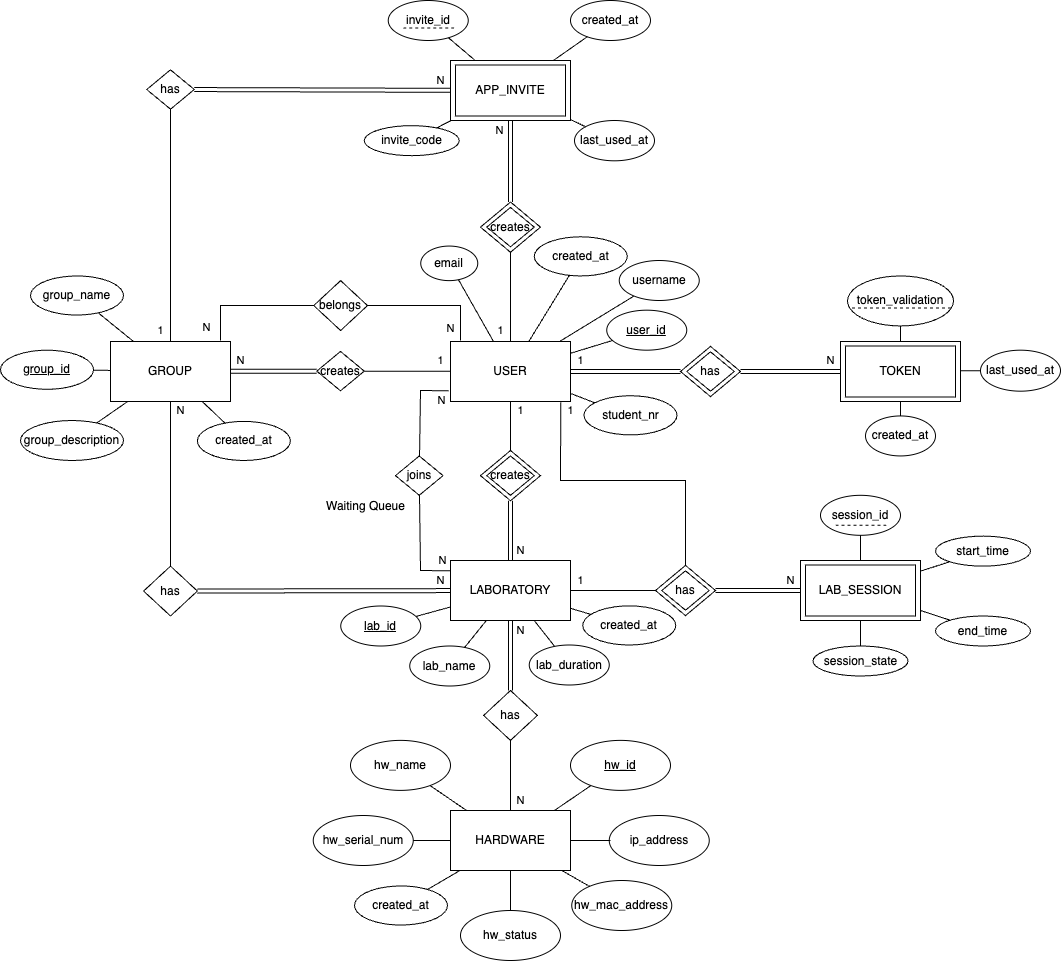
Earlier version of the draw.io export img/ERDiagramRL.drawio.png (isel-remote-lab/documentation). Source tidied: cells renumbered, new cells last; positions are measured from the earlier drawing's top-left corner, leaving out a move shared by most shapes.
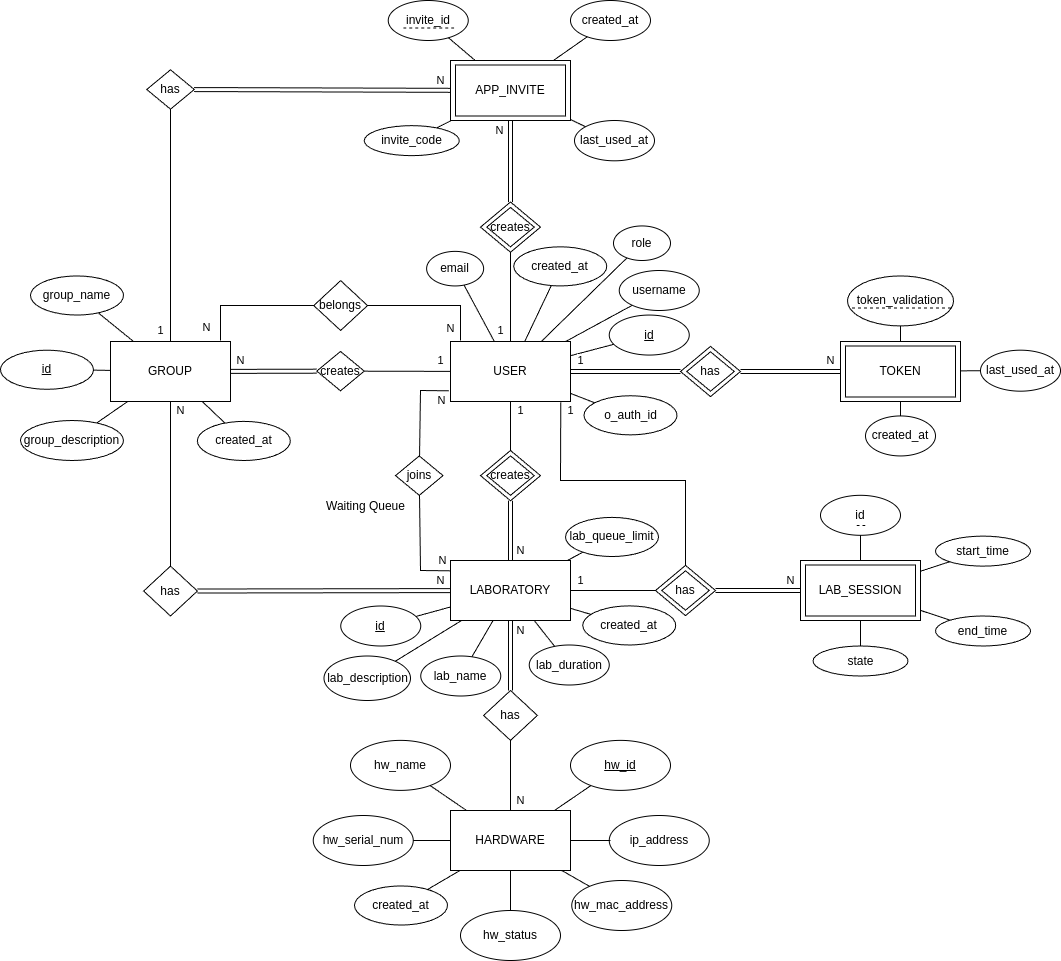
After the commit.

Diff of the diagram source:
```diff
@@ -5,8 +5,8 @@
     <mxCell id="2" value="USER" style="rounded=0;whiteSpace=wrap;html=1;" parent="1" vertex="1">
       <mxGeometry x="450" y="341" width="120" height="60" as="geometry" />
     </mxCell>
-    <mxCell id="3" value="&lt;u&gt;user_id&lt;/u&gt;" style="ellipse;whiteSpace=wrap;html=1;" parent="1" vertex="1">
-      <mxGeometry x="606.2" y="309.7" width="80" height="40" as="geometry" />
+    <mxCell id="3" value="&lt;u&gt;id&lt;/u&gt;" style="ellipse;whiteSpace=wrap;html=1;" parent="1" vertex="1">
+      <mxGeometry x="608.8" y="314.6" width="80" height="40" as="geometry" />
     </mxCell>
     <mxCell id="4" style="endArrow=none;html=1;rounded=0;" parent="1" edge="1" source="2" target="3">
       <mxGeometry relative="1" as="geometry" />
@@ -62,7 +62,7 @@
     <mxCell id="20" value="LABORATORY" style="rounded=0;whiteSpace=wrap;html=1;" parent="1" vertex="1">
       <mxGeometry x="450" y="560" width="120" height="60" as="geometry" />
     </mxCell>
-    <mxCell id="21" value="&lt;span&gt;lab_id&lt;/span&gt;" style="ellipse;whiteSpace=wrap;html=1;fontStyle=4;" parent="1" vertex="1">
+    <mxCell id="21" value="&lt;span&gt;id&lt;/span&gt;" style="ellipse;whiteSpace=wrap;html=1;fontStyle=4;" parent="1" vertex="1">
       <mxGeometry x="340.2" y="605.5" width="80" height="40" as="geometry" />
     </mxCell>
     <mxCell id="22" style="endArrow=none;html=1;rounded=0;" parent="1" edge="1" source="20" target="21">
@@ -75,7 +75,7 @@
       <mxGeometry x="0.67" y="10" relative="1" as="geometry" />
     </mxCell>
     <mxCell id="25" value="&lt;span&gt;lab_name&lt;/span&gt;" style="ellipse;whiteSpace=wrap;html=1;fontStyle=0;" parent="1" vertex="1">
-      <mxGeometry x="409.2" y="645.5" width="80" height="40" as="geometry" />
+      <mxGeometry x="420.2" y="655.5" width="80" height="40" as="geometry" />
     </mxCell>
     <mxCell id="26" style="endArrow=none;html=1;rounded=0;" parent="1" edge="1" source="25" target="20">
       <mxGeometry relative="1" as="geometry" />
@@ -119,14 +119,14 @@
     <mxCell id="38" value="1" style="shape=link;html=1;rounded=0;" parent="1" edge="1" source="2" target="34">
       <mxGeometry x="-0.82" y="11" relative="1" as="geometry" />
     </mxCell>
-    <mxCell id="39" value="student_nr" style="ellipse;whiteSpace=wrap;html=1;fontStyle=0;" parent="1" vertex="1">
+    <mxCell id="39" value="o_auth_id" style="ellipse;whiteSpace=wrap;html=1;fontStyle=0;" parent="1" vertex="1">
       <mxGeometry x="583.5" y="395.2" width="93" height="39.1" as="geometry" />
     </mxCell>
     <mxCell id="40" style="endArrow=none;html=1;rounded=0;" parent="1" edge="1" source="39" target="2">
       <mxGeometry relative="1" as="geometry" />
     </mxCell>
     <mxCell id="41" value="email" style="ellipse;whiteSpace=wrap;html=1;fontStyle=0;" parent="1" vertex="1">
-      <mxGeometry x="420.2" y="245.6" width="57" height="34.6" as="geometry" />
+      <mxGeometry x="426.1" y="250.9" width="57" height="34.6" as="geometry" />
     </mxCell>
     <mxCell id="42" style="endArrow=none;html=1;rounded=0;" parent="1" edge="1" source="41" target="2">
       <mxGeometry relative="1" as="geometry" />
@@ -150,9 +150,9 @@
       <mxGeometry x="-0.77" y="11" relative="1" as="geometry" />
     </mxCell>
     <mxCell id="49" value="&lt;span&gt;username&lt;/span&gt;" style="ellipse;whiteSpace=wrap;html=1;fontStyle=0;" parent="1" vertex="1">
-      <mxGeometry x="618.8" y="260" width="80" height="40" as="geometry" />
+      <mxGeometry x="618.8" y="270" width="80" height="40" as="geometry" />
     </mxCell>
-    <mxCell id="50" value="&lt;u&gt;group_id&lt;/u&gt;" style="ellipse;whiteSpace=wrap;html=1;fontStyle=0;" parent="1" vertex="1">
+    <mxCell id="50" value="&lt;u&gt;id&lt;/u&gt;" style="ellipse;whiteSpace=wrap;html=1;fontStyle=0;" parent="1" vertex="1">
       <mxGeometry y="349.7" width="93" height="39.1" as="geometry" />
     </mxCell>
     <mxCell id="51" value="group_name" style="ellipse;whiteSpace=wrap;html=1;fontStyle=0;" parent="1" vertex="1">
@@ -237,13 +237,13 @@
         </Array>
       </mxGeometry>
     </mxCell>
-    <mxCell id="73" value="&lt;span&gt;session_id&lt;/span&gt;" style="ellipse;whiteSpace=wrap;html=1;fontStyle=0;" parent="1" vertex="1">
+    <mxCell id="73" value="&lt;span&gt;id&lt;/span&gt;" style="ellipse;whiteSpace=wrap;html=1;fontStyle=0;" parent="1" vertex="1">
       <mxGeometry x="820" y="494.8" width="80" height="40" as="geometry" />
     </mxCell>
     <mxCell id="74" style="endArrow=none;dashed=1;html=1;rounded=0;" parent="1" edge="1">
       <mxGeometry relative="1" as="geometry">
-        <mxPoint x="886" y="524.8" as="sourcePoint" />
-        <mxPoint x="834" y="524.8" as="targetPoint" />
+        <mxPoint x="865" y="525" as="sourcePoint" />
+        <mxPoint x="855" y="525" as="targetPoint" />
       </mxGeometry>
     </mxCell>
     <mxCell id="75" value="start_time" style="ellipse;whiteSpace=wrap;html=1;fontStyle=0;" parent="1" vertex="1">
@@ -252,7 +252,7 @@
     <mxCell id="76" value="end_time" style="ellipse;whiteSpace=wrap;html=1;fontStyle=0;" parent="1" vertex="1">
       <mxGeometry x="935" y="615.5" width="95" height="30" as="geometry" />
     </mxCell>
-    <mxCell id="77" value="session_state" style="ellipse;whiteSpace=wrap;html=1;fontStyle=0;" parent="1" vertex="1">
+    <mxCell id="77" value="state" style="ellipse;whiteSpace=wrap;html=1;fontStyle=0;" parent="1" vertex="1">
       <mxGeometry x="812.5" y="645.5" width="95" height="30" as="geometry" />
     </mxCell>
     <mxCell id="78" style="endArrow=none;html=1;rounded=0;" parent="1" edge="1" source="66" target="73">
@@ -333,7 +333,7 @@
       <mxGeometry x="0.92" y="10" relative="1" as="geometry" />
     </mxCell>
     <mxCell id="101" value="created_at" style="ellipse;whiteSpace=wrap;html=1;fontStyle=0;" parent="1" vertex="1">
-      <mxGeometry x="533.8" y="236.3" width="93" height="39.1" as="geometry" />
+      <mxGeometry x="513.2" y="246.3" width="93" height="39.1" as="geometry" />
     </mxCell>
     <mxCell id="102" style="endArrow=none;html=1;rounded=0;" parent="1" edge="1" source="101" target="2">
       <mxGeometry relative="1" as="geometry" />
@@ -370,5 +370,23 @@
     <mxCell id="112" style="endArrow=none;html=1;rounded=0;" parent="1" edge="1" source="111" target="59">
       <mxGeometry relative="1" as="geometry" />
     </mxCell>
+    <mxCell id="113" value="role" style="ellipse;whiteSpace=wrap;html=1;fontStyle=0;" parent="1" vertex="1">
+      <mxGeometry x="613" y="225.4" width="57" height="34.6" as="geometry" />
+    </mxCell>
+    <mxCell id="114" style="endArrow=none;html=1;" parent="1" edge="1" source="2" target="113">
+      <mxGeometry relative="1" as="geometry" />
+    </mxCell>
+    <mxCell id="115" value="&lt;span&gt;lab_description&lt;/span&gt;" style="ellipse;whiteSpace=wrap;html=1;fontStyle=0;" parent="1" vertex="1">
+      <mxGeometry x="323.5" y="655.5" width="86.5" height="44.5" as="geometry" />
+    </mxCell>
+    <mxCell id="116" style="endArrow=none;html=1;rounded=0;" parent="1" edge="1" source="115" target="20">
+      <mxGeometry relative="1" as="geometry" />
+    </mxCell>
+    <mxCell id="117" value="lab_queue_limit" style="ellipse;whiteSpace=wrap;html=1;fontStyle=0;" parent="1" vertex="1">
+      <mxGeometry x="565" y="516.9" width="93" height="39.1" as="geometry" />
+    </mxCell>
+    <mxCell id="118" style="endArrow=none;html=1;" parent="1" edge="1" source="20" target="117">
+      <mxGeometry relative="1" as="geometry" />
+    </mxCell>
   </root>
 </mxGraphModel>
```
